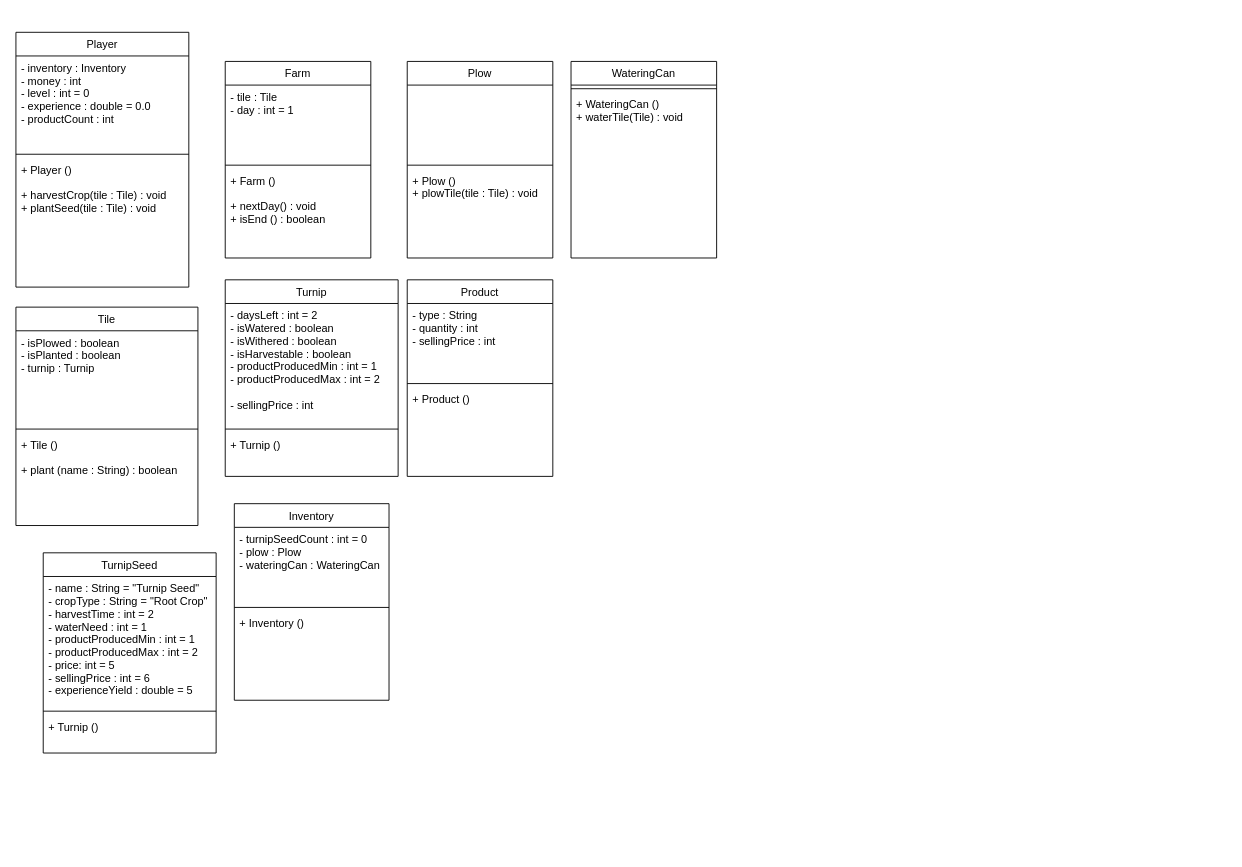
This is page "Page-1" (1 of 2) of diagram.drawio from Glinary/Farming-Game-with-GUI, a draw.io file, before an edit. Source tidied: cells renumbered, new cells numbered last; positions are measured from the earlier drawing's top-left corner, leaving out a move shared by most shapes. Both pictures are drawn from the tidied source at 91%, with x=0, y=0 at pixel (15, 32).
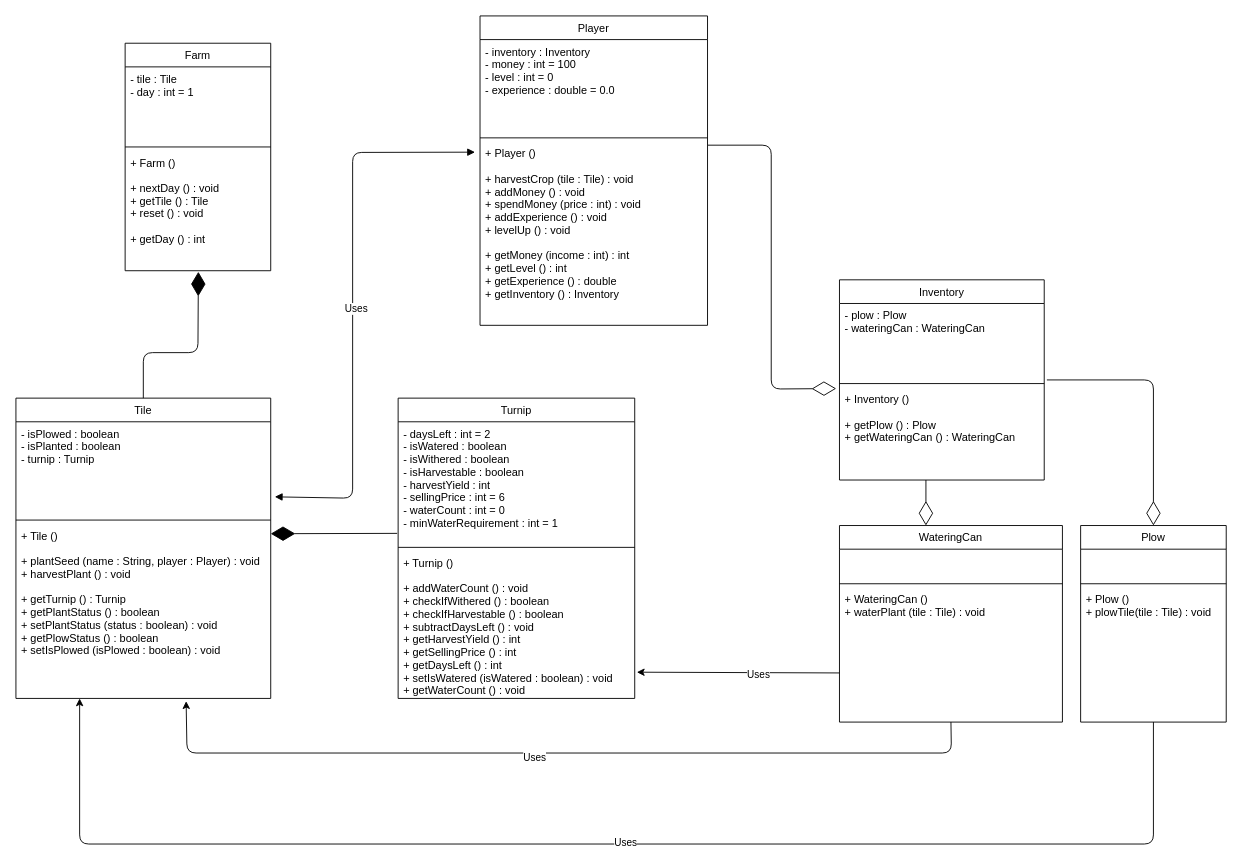
The same diagram, later.

Change to the diagram source:
```diff
@@
     <mxCell id="2" value="Player" style="swimlane;fontStyle=0;align=center;verticalAlign=top;horizontal=1;startSize=26;rounded=0;shadow=0;strokeWidth=1;" parent="1" vertex="1">
-      <mxGeometry width="190" height="280" as="geometry" />
+      <mxGeometry x="510" y="-18" width="250" height="340" as="geometry" />
     </mxCell>
-    <mxCell id="3" value="- inventory : Inventory&#10;- money : int&#10;- level : int = 0&#10;- experience : double = 0.0&#10;- productCount : int&#10;" style="text;align=left;verticalAlign=top;spacingLeft=4;spacingRight=4;overflow=hidden;" parent="2" vertex="1">
-      <mxGeometry y="26" width="190" height="104" as="geometry" />
+    <mxCell id="3" value="- inventory : Inventory&#10;- money : int = 100&#10;- level : int = 0&#10;- experience : double = 0.0&#10;" style="text;align=left;verticalAlign=top;spacingLeft=4;spacingRight=4;overflow=hidden;" parent="2" vertex="1">
+      <mxGeometry y="26" width="250" height="104" as="geometry" />
     </mxCell>
     <mxCell id="4" style="line;html=1;strokeWidth=1;align=left;verticalAlign=middle;spacingTop=-1;spacingLeft=3;spacingRight=3;labelPosition=right;" parent="2" vertex="1">
-      <mxGeometry y="130" width="190" height="8" as="geometry" />
+      <mxGeometry y="130" width="250" height="8" as="geometry" />
     </mxCell>
-    <mxCell id="5" value="+ Player ()&#10;&#10;+ harvestCrop(tile : Tile) : void&#10;+ plantSeed(tile : Tile) : void&#10;&#10; " style="text;align=left;verticalAlign=top;spacingLeft=4;spacingRight=4;overflow=hidden;points=[[0,0.5],[1,0.5]];portConstraint=eastwest;" parent="2" vertex="1">
-      <mxGeometry y="138" width="190" height="102" as="geometry" />
+    <mxCell id="5" value="+ Player ()&#10;&#10;+ harvestCrop (tile : Tile) : void&#10;+ addMoney () : void&#10;+ spendMoney (price : int) : void&#10;+ addExperience () : void&#10;+ levelUp () : void&#10;&#10;+ getMoney (income : int) : int&#10;+ getLevel () : int&#10;+ getExperience () : double&#10;+ getInventory () : Inventory  &#10;&#10;&#10; " style="text;align=left;verticalAlign=top;spacingLeft=4;spacingRight=4;overflow=hidden;points=[[0,0.5],[1,0.5]];portConstraint=eastwest;" parent="2" vertex="1">
+      <mxGeometry y="138" width="250" height="202" as="geometry" />
     </mxCell>
     <mxCell id="6" value="Farm" style="swimlane;fontStyle=0;align=center;verticalAlign=top;horizontal=1;startSize=26;rounded=0;shadow=0;strokeWidth=1;" parent="1" vertex="1">
-      <mxGeometry x="230" y="32" width="160" height="216" as="geometry" />
+      <mxGeometry x="120" y="12" width="160" height="250" as="geometry" />
     </mxCell>
@@
-    <mxCell id="9" value="+ Farm ()&#10;&#10;+ nextDay() : void&#10;+ isEnd () : boolean&#10;&#10;&#10;&#10;&#10; " style="text;align=left;verticalAlign=top;spacingLeft=4;spacingRight=4;overflow=hidden;points=[[0,0.5],[1,0.5]];portConstraint=eastwest;" parent="6" vertex="1">
-      <mxGeometry y="118" width="160" height="62" as="geometry" />
+    <mxCell id="9" value="+ Farm ()&#10;&#10;+ nextDay () : void&#10;+ getTile () : Tile&#10;+ reset () : void&#10;&#10;+ getDay () : int &#10;&#10;&#10;&#10;&#10; " style="text;align=left;verticalAlign=top;spacingLeft=4;spacingRight=4;overflow=hidden;points=[[0,0.5],[1,0.5]];portConstraint=eastwest;" parent="6" vertex="1">
+      <mxGeometry y="118" width="160" height="132" as="geometry" />
     </mxCell>
     <mxCell id="10" value="Plow" style="swimlane;fontStyle=0;align=center;verticalAlign=top;horizontal=1;startSize=26;rounded=0;shadow=0;strokeWidth=1;" parent="1" vertex="1">
-      <mxGeometry x="430" y="32" width="160" height="216" as="geometry" />
+      <mxGeometry x="1170" y="542" width="160" height="216" as="geometry" />
     </mxCell>
     <mxCell id="11" value="&#10;" style="text;align=left;verticalAlign=top;spacingLeft=4;spacingRight=4;overflow=hidden;" parent="10" vertex="1">
-      <mxGeometry y="26" width="160" height="84" as="geometry" />
+      <mxGeometry y="26" width="160" height="34" as="geometry" />
     </mxCell>
     <mxCell id="12" style="line;html=1;strokeWidth=1;align=left;verticalAlign=middle;spacingTop=-1;spacingLeft=3;spacingRight=3;labelPosition=right;" parent="10" vertex="1">
-      <mxGeometry y="110" width="160" height="8" as="geometry" />
+      <mxGeometry y="60" width="160" height="8" as="geometry" />
     </mxCell>
     <mxCell id="13" value="+ Plow ()&#10;+ plowTile(tile : Tile) : void&#10;&#10;&#10; " style="text;align=left;verticalAlign=top;spacingLeft=4;spacingRight=4;overflow=hidden;" parent="10" vertex="1">
-      <mxGeometry y="118" width="160" height="42" as="geometry" />
+      <mxGeometry y="68" width="160" height="42" as="geometry" />
     </mxCell>
     <mxCell id="14" value="Tile" style="swimlane;fontStyle=0;align=center;verticalAlign=top;horizontal=1;startSize=26;rounded=0;shadow=0;strokeWidth=1;" parent="1" vertex="1">
-      <mxGeometry y="302" width="200" height="240" as="geometry" />
+      <mxGeometry y="402" width="280" height="330" as="geometry" />
     </mxCell>
     <mxCell id="15" value="- isPlowed : boolean&#10;- isPlanted : boolean&#10;- turnip : Turnip&#10;" style="text;align=left;verticalAlign=top;spacingLeft=4;spacingRight=4;overflow=hidden;points=[[0,0.5],[1,0.5]];portConstraint=eastwest;" parent="14" vertex="1">
-      <mxGeometry y="26" width="200" height="104" as="geometry" />
+      <mxGeometry y="26" width="280" height="104" as="geometry" />
     </mxCell>
     <mxCell id="16" style="line;html=1;strokeWidth=1;align=left;verticalAlign=middle;spacingTop=-1;spacingLeft=3;spacingRight=3;labelPosition=right;" parent="14" vertex="1">
-      <mxGeometry y="130" width="200" height="8" as="geometry" />
+      <mxGeometry y="130" width="280" height="8" as="geometry" />
     </mxCell>
-    <mxCell id="17" value="+ Tile ()&#10;&#10;+ plant (name : String) : boolean&#10;&#10;&#10;" style="text;align=left;verticalAlign=top;spacingLeft=4;spacingRight=4;overflow=hidden;points=[[0,0.5],[1,0.5]];portConstraint=eastwest;" parent="14" vertex="1">
-      <mxGeometry y="138" width="200" height="102" as="geometry" />
+    <mxCell id="17" value="+ Tile ()&#10;&#10;+ plantSeed (name : String, player : Player) : void&#10;+ harvestPlant () : void&#10;&#10;+ getTurnip () : Turnip&#10;+ getPlantStatus () : boolean&#10;+ setPlantStatus (status : boolean) : void&#10;+ getPlowStatus () : boolean&#10;+ setIsPlowed (isPlowed : boolean) : void&#10;&#10;&#10;&#10;&#10;&#10;" style="text;align=left;verticalAlign=top;spacingLeft=4;spacingRight=4;overflow=hidden;points=[[0,0.5],[1,0.5]];portConstraint=eastwest;" parent="14" vertex="1">
+      <mxGeometry y="138" width="280" height="192" as="geometry" />
     </mxCell>
     <mxCell id="18" value="Turnip" style="swimlane;fontStyle=0;align=center;verticalAlign=top;horizontal=1;startSize=26;rounded=0;shadow=0;strokeWidth=1;" parent="1" vertex="1">
-      <mxGeometry x="230" y="272" width="190" height="216" as="geometry" />
+      <mxGeometry x="420" y="402" width="260" height="330" as="geometry" />
     </mxCell>
-    <mxCell id="19" value="- daysLeft : int = 2 &#10;- isWatered : boolean&#10;- isWithered : boolean&#10;- isHarvestable : boolean&#10;- productProducedMin : int = 1&#10;- productProducedMax : int = 2&#10; &#10;- sellingPrice : int&#10;&#10;&#10;&#10;&#10;" style="text;align=left;verticalAlign=top;spacingLeft=4;spacingRight=4;overflow=hidden;points=[[0,0.5],[1,0.5]];portConstraint=eastwest;" parent="18" vertex="1">
-      <mxGeometry y="26" width="190" height="134" as="geometry" />
+    <mxCell id="19" value="- daysLeft : int = 2 &#10;- isWatered : boolean&#10;- isWithered : boolean&#10;- isHarvestable : boolean&#10;- harvestYield : int&#10;- sellingPrice : int = 6&#10;- waterCount : int = 0&#10;- minWaterRequirement : int = 1&#10;&#10;&#10;&#10;" style="text;align=left;verticalAlign=top;spacingLeft=4;spacingRight=4;overflow=hidden;points=[[0,0.5],[1,0.5]];portConstraint=eastwest;" parent="18" vertex="1">
+      <mxGeometry y="26" width="260" height="134" as="geometry" />
     </mxCell>
     <mxCell id="20" style="line;html=1;strokeWidth=1;align=left;verticalAlign=middle;spacingTop=-1;spacingLeft=3;spacingRight=3;labelPosition=right;" parent="18" vertex="1">
-      <mxGeometry y="160" width="190" height="8" as="geometry" />
+      <mxGeometry y="160" width="260" height="8" as="geometry" />
     </mxCell>
-    <mxCell id="21" value="+ Turnip ()&#10;&#10;&#10; " style="text;align=left;verticalAlign=top;spacingLeft=4;spacingRight=4;overflow=hidden;points=[[0,0.5],[1,0.5]];portConstraint=eastwest;" parent="18" vertex="1">
-      <mxGeometry y="168" width="190" height="42" as="geometry" />
+    <mxCell id="21" value="+ Turnip ()&#10;&#10;+ addWaterCount () : void&#10;+ checkIfWithered () : boolean&#10;+ checkIfHarvestable () : boolean&#10;+ subtractDaysLeft () : void&#10;+ getHarvestYield () : int&#10;+ getSellingPrice () : int&#10;+ getDaysLeft () : int&#10;+ setIsWatered (isWatered : boolean) : void&#10;+ getWaterCount () : void &#10;&#10;&#10;&#10;&#10;&#10; " style="text;align=left;verticalAlign=top;spacingLeft=4;spacingRight=4;overflow=hidden;points=[[0,0.5],[1,0.5]];portConstraint=eastwest;" parent="18" vertex="1">
+      <mxGeometry y="168" width="260" height="162" as="geometry" />
     </mxCell>
-    <mxCell id="22" value="Product" style="swimlane;fontStyle=0;align=center;verticalAlign=top;horizontal=1;startSize=26;rounded=0;shadow=0;strokeWidth=1;" parent="1" vertex="1">
-      <mxGeometry x="430" y="272" width="160" height="216" as="geometry" />
-    </mxCell>
-    <mxCell id="23" value="- type : String&#10;- quantity : int&#10;- sellingPrice : int&#10;&#10;&#10;" style="text;align=left;verticalAlign=top;spacingLeft=4;spacingRight=4;overflow=hidden;" parent="22" vertex="1">
-      <mxGeometry y="26" width="160" height="84" as="geometry" />
-    </mxCell>
-    <mxCell id="24" style="line;html=1;strokeWidth=1;align=left;verticalAlign=middle;spacingTop=-1;spacingLeft=3;spacingRight=3;labelPosition=right;" parent="22" vertex="1">
-      <mxGeometry y="110" width="160" height="8" as="geometry" />
-    </mxCell>
-    <mxCell id="25" value="+ Product ()&#10;&#10;&#10;&#10; " style="text;align=left;verticalAlign=top;spacingLeft=4;spacingRight=4;overflow=hidden;" parent="22" vertex="1">
-      <mxGeometry y="118" width="160" height="42" as="geometry" />
-    </mxCell>
-    <mxCell id="26" value="TurnipSeed" style="swimlane;fontStyle=0;align=center;verticalAlign=top;horizontal=1;startSize=26;rounded=0;shadow=0;strokeWidth=1;" parent="1" vertex="1">
-      <mxGeometry x="30" y="572" width="190" height="220" as="geometry" />
-    </mxCell>
-    <mxCell id="27" value="- name : String = &quot;Turnip Seed&quot;&#10;- cropType : String = &quot;Root Crop&quot; &#10;- harvestTime : int = 2&#10;- waterNeed : int = 1&#10;- productProducedMin : int = 1&#10;- productProducedMax : int = 2&#10;- price: int = 5&#10;- sellingPrice : int = 6&#10;- experienceYield : double = 5 &#10;" style="text;align=left;verticalAlign=top;spacingLeft=4;spacingRight=4;overflow=hidden;" parent="26" vertex="1">
-      <mxGeometry y="26" width="190" height="144" as="geometry" />
-    </mxCell>
-    <mxCell id="28" style="line;html=1;strokeWidth=1;align=left;verticalAlign=middle;spacingTop=-1;spacingLeft=3;spacingRight=3;labelPosition=right;" parent="26" vertex="1">
-      <mxGeometry y="170" width="190" height="8" as="geometry" />
-    </mxCell>
-    <mxCell id="29" value="+ Turnip ()&#10;&#10;" style="text;align=left;verticalAlign=top;spacingLeft=4;spacingRight=4;overflow=hidden;" parent="26" vertex="1">
-      <mxGeometry y="178" width="190" height="42" as="geometry" />
-    </mxCell>
     <mxCell id="30" value="Inventory" style="swimlane;fontStyle=0;align=center;verticalAlign=top;horizontal=1;startSize=26;rounded=0;shadow=0;strokeWidth=1;" parent="1" vertex="1">
-      <mxGeometry x="240" y="518" width="170" height="216" as="geometry" />
+      <mxGeometry x="905" y="272" width="225" height="220" as="geometry" />
     </mxCell>
-    <mxCell id="31" value="- turnipSeedCount : int = 0&#10;- plow : Plow&#10;- wateringCan : WateringCan" style="text;align=left;verticalAlign=top;spacingLeft=4;spacingRight=4;overflow=hidden;points=[[0,0.5],[1,0.5]];portConstraint=eastwest;" parent="30" vertex="1">
-      <mxGeometry y="26" width="170" height="84" as="geometry" />
+    <mxCell id="31" value="- plow : Plow&#10;- wateringCan : WateringCan" style="text;align=left;verticalAlign=top;spacingLeft=4;spacingRight=4;overflow=hidden;points=[[0,0.5],[1,0.5]];portConstraint=eastwest;" parent="30" vertex="1">
+      <mxGeometry y="26" width="225" height="84" as="geometry" />
     </mxCell>
     <mxCell id="32" style="line;html=1;strokeWidth=1;align=left;verticalAlign=middle;spacingTop=-1;spacingLeft=3;spacingRight=3;labelPosition=right;" parent="30" vertex="1">
-      <mxGeometry y="110" width="170" height="8" as="geometry" />
+      <mxGeometry y="110" width="225" height="8" as="geometry" />
     </mxCell>
-    <mxCell id="33" value="+ Inventory ()" style="text;align=left;verticalAlign=top;spacingLeft=4;spacingRight=4;overflow=hidden;points=[[0,0.5],[1,0.5]];portConstraint=eastwest;" parent="30" vertex="1">
-      <mxGeometry y="118" width="170" height="42" as="geometry" />
+    <mxCell id="33" value="+ Inventory ()&#10;&#10;+ getPlow () : Plow&#10;+ getWateringCan () : WateringCan" style="text;align=left;verticalAlign=top;spacingLeft=4;spacingRight=4;overflow=hidden;points=[[0,0.5],[1,0.5]];portConstraint=eastwest;" parent="30" vertex="1">
+      <mxGeometry y="118" width="225" height="82" as="geometry" />
     </mxCell>
+    <mxCell id="37" style="edgeStyle=none;html=1;entryX=0.25;entryY=1;entryDx=0;entryDy=0;entryPerimeter=0;exitX=0.5;exitY=1;exitDx=0;exitDy=0;" parent="1" edge="1" source="10" target="17">
+      <mxGeometry relative="1" as="geometry">
+        <Array as="points">
+          <mxPoint x="1250" y="892" />
+          <mxPoint x="70" y="892" />
+        </Array>
+      </mxGeometry>
+    </mxCell>
+    <mxCell id="38" value="Uses" style="edgeLabel;html=1;align=center;verticalAlign=middle;" parent="37" vertex="1">
+      <mxGeometry x="-0.03" y="-2" relative="1" as="geometry" />
+    </mxCell>
+    <mxCell id="39" style="edgeStyle=none;html=1;exitX=0.5;exitY=1;exitDx=0;exitDy=0;entryX=0.668;entryY=1.016;entryDx=0;entryDy=0;entryPerimeter=0;" parent="1" edge="1" source="34" target="17">
+      <mxGeometry relative="1" as="geometry">
+        <Array as="points">
+          <mxPoint x="1028" y="792" />
+          <mxPoint x="188" y="792" />
+        </Array>
+      </mxGeometry>
+    </mxCell>
+    <mxCell id="40" value="Uses" style="edgeLabel;html=1;align=center;verticalAlign=middle;" parent="39" vertex="1">
+      <mxGeometry x="0.06" y="4" relative="1" as="geometry" />
+    </mxCell>
+    <mxCell id="41" style="edgeStyle=none;html=1;exitX=0;exitY=0.75;exitDx=0;exitDy=0;entryX=1.009;entryY=0.822;entryDx=0;entryDy=0;entryPerimeter=0;" parent="1" edge="1" source="34" target="21">
+      <mxGeometry relative="1" as="geometry" />
+    </mxCell>
+    <mxCell id="42" value="Uses" style="edgeLabel;html=1;align=center;verticalAlign=middle;" parent="41" vertex="1">
+      <mxGeometry x="-0.21" y="2" relative="1" as="geometry">
+        <mxPoint x="-1" as="offset" />
+      </mxGeometry>
+    </mxCell>
     <mxCell id="34" value="WateringCan" style="swimlane;fontStyle=0;align=center;verticalAlign=top;horizontal=1;startSize=26;rounded=0;shadow=0;strokeWidth=1;" parent="1" vertex="1">
-      <mxGeometry x="610" y="32" width="160" height="216" as="geometry" />
+      <mxGeometry x="905" y="542" width="245" height="216" as="geometry" />
     </mxCell>
+    <mxCell id="43" value="&#10;" style="text;align=left;verticalAlign=top;spacingLeft=4;spacingRight=4;overflow=hidden;" parent="34" vertex="1">
+      <mxGeometry y="26" width="245" height="34" as="geometry" />
+    </mxCell>
     <mxCell id="35" style="line;html=1;strokeWidth=1;align=left;verticalAlign=middle;spacingTop=-1;spacingLeft=3;spacingRight=3;labelPosition=right;" parent="34" vertex="1">
-      <mxGeometry y="26" width="160" height="8" as="geometry" />
+      <mxGeometry y="60" width="245" height="8" as="geometry" />
     </mxCell>
-    <mxCell id="36" value="+ WateringCan ()&#10;+ waterTile(Tile) : void&#10;&#10; " style="text;align=left;verticalAlign=top;spacingLeft=4;spacingRight=4;overflow=hidden;" parent="34" vertex="1">
-      <mxGeometry y="34" width="160" height="42" as="geometry" />
+    <mxCell id="36" value="+ WateringCan ()&#10;+ waterPlant (tile : Tile) : void&#10;&#10; " style="text;align=left;verticalAlign=top;spacingLeft=4;spacingRight=4;overflow=hidden;" parent="34" vertex="1">
+      <mxGeometry y="68" width="245" height="42" as="geometry" />
     </mxCell>
+    <mxCell id="44" style="endArrow=diamondThin;endFill=0;endSize=24;html=1;exitX=1.013;exitY=1;exitDx=0;exitDy=0;exitPerimeter=0;entryX=0.5;entryY=0;entryDx=0;entryDy=0;" parent="1" edge="1" source="31" target="10">
+      <mxGeometry relative="1" as="geometry">
+        <Array as="points">
+          <mxPoint x="1250" y="382" />
+        </Array>
+      </mxGeometry>
+    </mxCell>
+    <mxCell id="45" style="endArrow=diamondThin;endFill=0;endSize=24;html=1;" parent="1" edge="1">
+      <mxGeometry relative="1" as="geometry">
+        <mxPoint x="1000" y="492" as="sourcePoint" />
+        <mxPoint x="1000" y="542" as="targetPoint" />
+      </mxGeometry>
+    </mxCell>
+    <mxCell id="46" style="endArrow=diamondThin;endFill=0;endSize=24;html=1;exitX=1.002;exitY=0.02;exitDx=0;exitDy=0;exitPerimeter=0;entryX=-0.016;entryY=0.018;entryDx=0;entryDy=0;entryPerimeter=0;" parent="1" edge="1" source="5" target="33">
+      <mxGeometry relative="1" as="geometry">
+        <Array as="points">
+          <mxPoint x="830" y="124" />
+          <mxPoint x="830" y="392" />
+        </Array>
+      </mxGeometry>
+    </mxCell>
+    <mxCell id="47" style="endArrow=diamondThin;endFill=1;endSize=24;html=1;entryX=0.503;entryY=1.009;entryDx=0;entryDy=0;entryPerimeter=0;exitX=0.5;exitY=0;exitDx=0;exitDy=0;" parent="1" edge="1" source="14" target="9">
+      <mxGeometry relative="1" as="geometry">
+        <Array as="points">
+          <mxPoint x="140" y="352" />
+          <mxPoint x="200" y="352" />
+        </Array>
+      </mxGeometry>
+    </mxCell>
+    <mxCell id="48" style="endArrow=diamondThin;endFill=1;endSize=24;html=1;exitX=-0.004;exitY=0.915;exitDx=0;exitDy=0;exitPerimeter=0;" parent="1" edge="1" source="19">
+      <mxGeometry relative="1" as="geometry">
+        <mxPoint x="280" y="551" as="targetPoint" />
+      </mxGeometry>
+    </mxCell>
+    <mxCell id="49" style="endArrow=block;startArrow=block;endFill=1;startFill=1;html=1;entryX=-0.022;entryY=0.058;entryDx=0;entryDy=0;entryPerimeter=0;exitX=1.016;exitY=0.793;exitDx=0;exitDy=0;exitPerimeter=0;" parent="1" edge="1" source="15" target="5">
+      <mxGeometry relative="1" as="geometry">
+        <Array as="points">
+          <mxPoint x="370" y="512" />
+          <mxPoint x="370" y="132" />
+        </Array>
+      </mxGeometry>
+    </mxCell>
+    <mxCell id="50" value="Uses" style="edgeLabel;html=1;align=center;verticalAlign=middle;" parent="49" vertex="1">
+      <mxGeometry x="-0.02" y="-3" relative="1" as="geometry" />
+    </mxCell>
```
